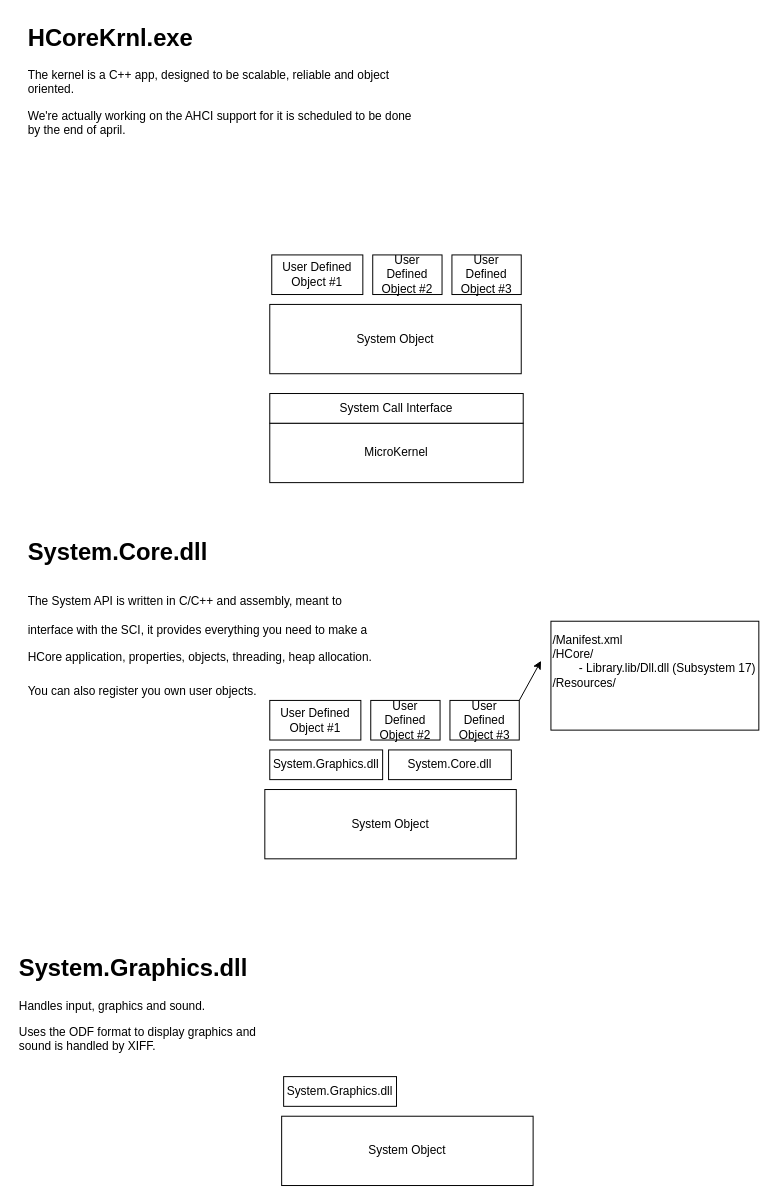
The draw.io diagram DesignChoices.drawio in nekernel-org/nekernel, before the edit. Source tidied: cells renumbered, new cells numbered last; positions are measured from the earlier drawing's top-left corner, leaving out a move shared by most shapes. Both pictures are drawn from the tidied source at 99%, with x=0, y=0 at pixel (17, 17).
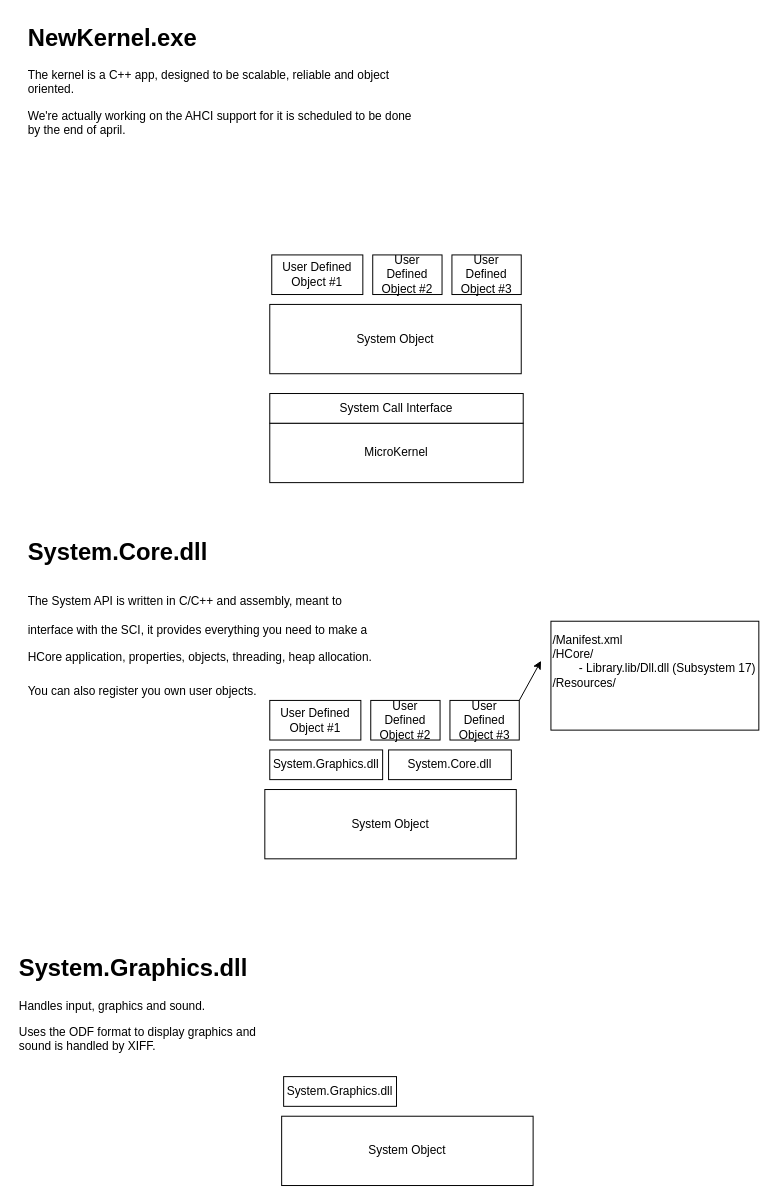
Above is the later version.

What changed in the source:
```diff
@@
-    <mxCell id="2" value="&lt;h1 style=&quot;margin-top: 0px;&quot;&gt;HCoreKrnl.exe&lt;/h1&gt;&lt;p&gt;The kernel is a C++ app, designed to be scalable, reliable and object oriented.&lt;/p&gt;&lt;p&gt;We're actually working on the AHCI support for it is scheduled to be done by the end of april.&lt;/p&gt;" style="text;html=1;whiteSpace=wrap;overflow=hidden;rounded=0;" parent="1" vertex="1">
+    <mxCell id="2" value="&lt;h1 style=&quot;margin-top: 0px;&quot;&gt;NewKernel.exe&lt;/h1&gt;&lt;p&gt;The kernel is a C++ app, designed to be scalable, reliable and object oriented.&lt;/p&gt;&lt;p&gt;We're actually working on the AHCI support for it is scheduled to be done by the end of april.&lt;/p&gt;" style="text;html=1;whiteSpace=wrap;overflow=hidden;rounded=0;" parent="1" vertex="1">
       <mxGeometry x="9" width="400" height="120" as="geometry" />
     </mxCell>
```
